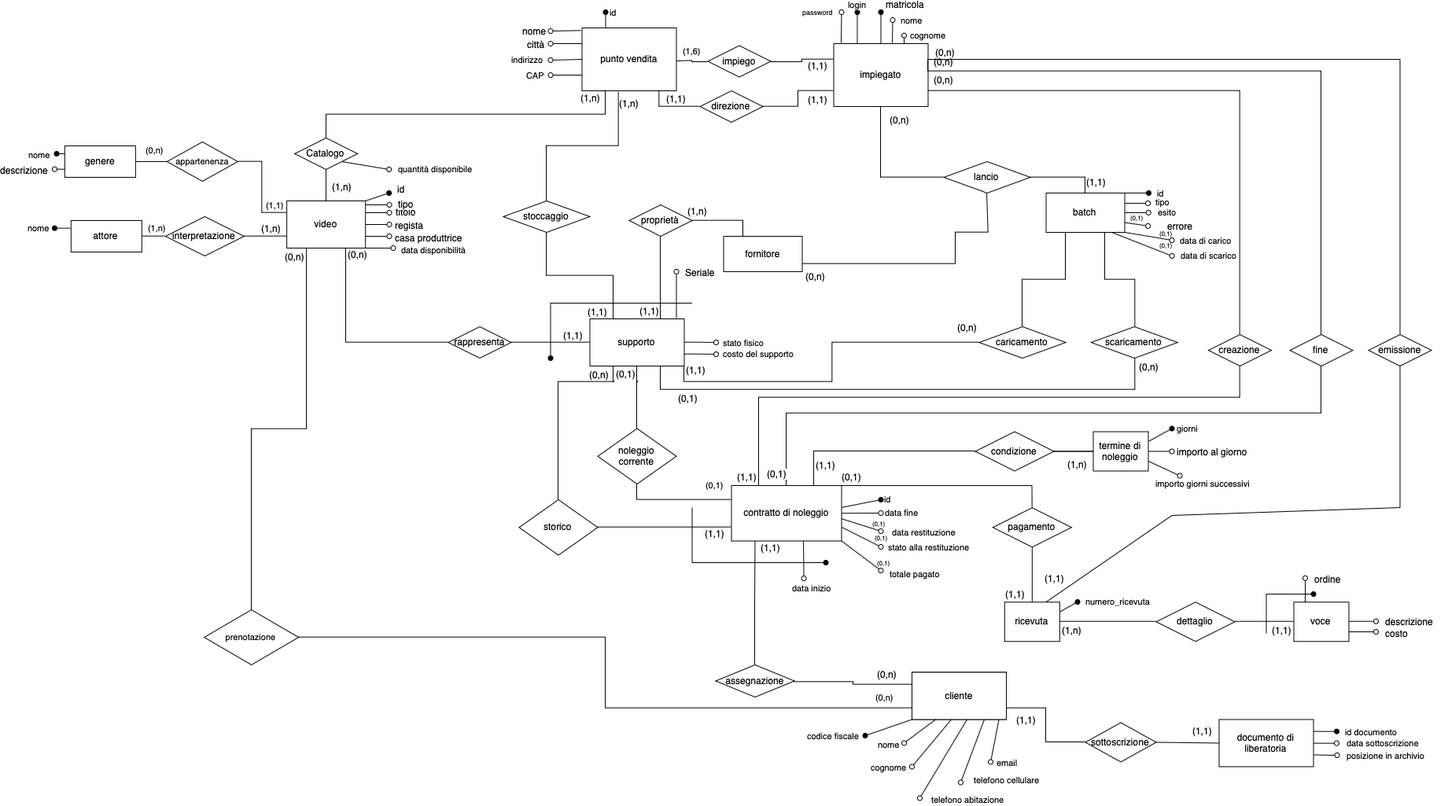
Before: docs/Progettazione_logica.png, a diagram exported from draw.io (marcoromag/bd-noleggio). Source tidied: cells renumbered, new cells last; positions are measured from the earlier drawing's top-left corner, leaving out a move shared by most shapes.
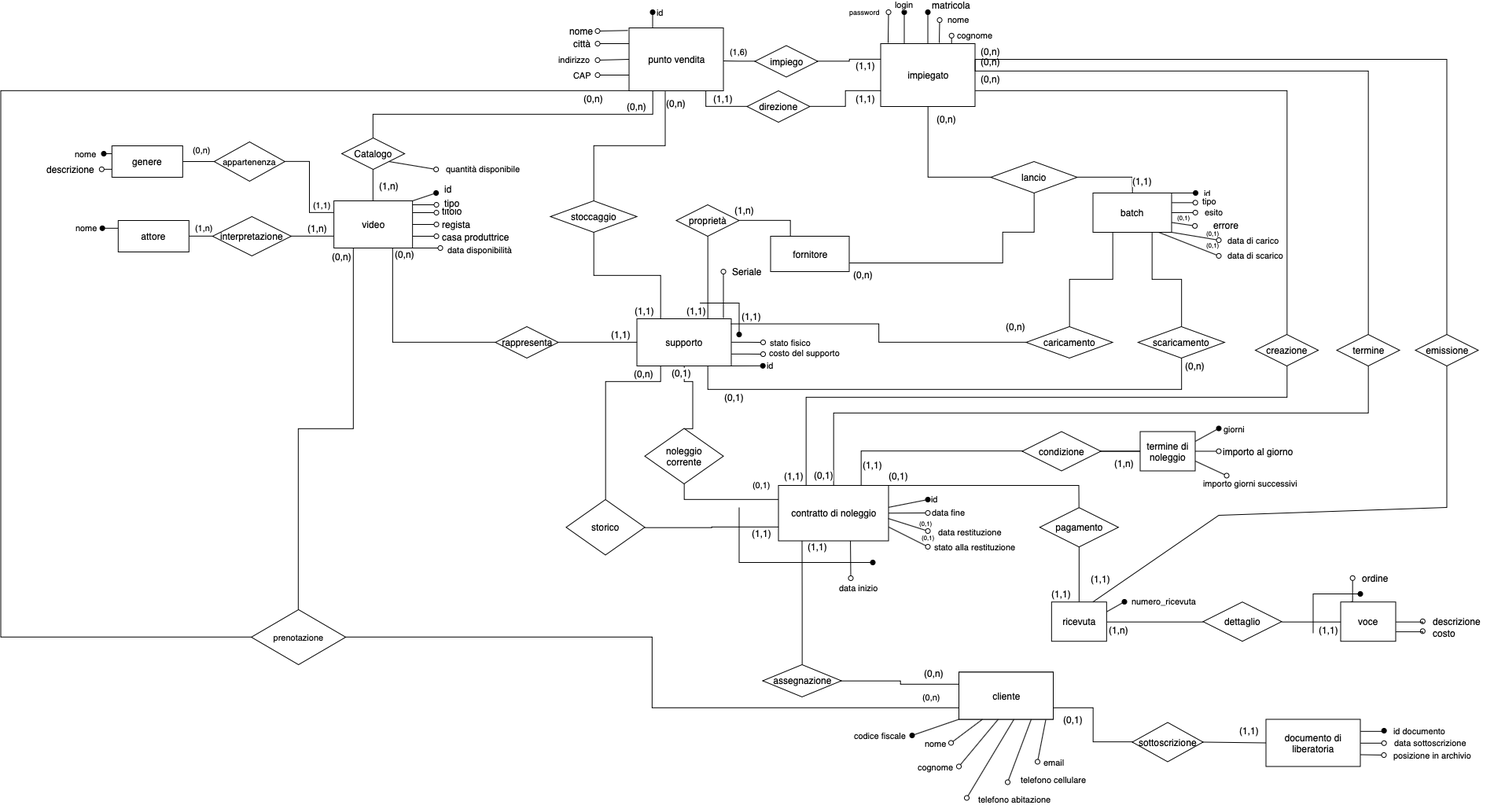
Above is the later version.

Change to the diagram source:
```diff
@@ -5,9 +5,9 @@
     <mxCell id="2" style="edgeStyle=orthogonalEdgeStyle;rounded=0;jettySize=auto;html=1;entryX=0.5;entryY=0;entryDx=0;entryDy=0;startArrow=none;startFill=0;endArrow=none;endFill=0;exitX=0.25;exitY=1;exitDx=0;exitDy=0;" parent="1" edge="1" source="7" target="20">
       <mxGeometry relative="1" as="geometry" />
     </mxCell>
-    <mxCell id="3" value="(1,n)" style="text;html=1;align=center;verticalAlign=middle;labelBackgroundColor=#ffffff;" parent="2" vertex="1">
+    <mxCell id="3" value="(0,n)" style="text;html=1;align=center;verticalAlign=middle;labelBackgroundColor=#ffffff;" parent="2" vertex="1">
       <mxGeometry x="0.05" relative="1" as="geometry">
-        <mxPoint x="168.7" y="-21.7" as="offset" />
+        <mxPoint x="169" y="-9.8" as="offset" />
       </mxGeometry>
     </mxCell>
     <mxCell id="4" style="edgeStyle=orthogonalEdgeStyle;rounded=0;jettySize=auto;html=1;entryX=0;entryY=0.5;entryDx=0;entryDy=0;startArrow=none;startFill=0;endArrow=none;endFill=0;exitX=0.814;exitY=0.996;exitDx=0;exitDy=0;exitPerimeter=0;" parent="1" edge="1" source="7" target="35">
@@ -164,9 +164,8 @@
       <mxGeometry x="830" y="42.5" width="80" height="40" as="geometry" />
     </mxCell>
     <mxCell id="39" value="(1,6)" style="endArrow=none;html=1;entryX=0;entryY=0.5;entryDx=0;entryDy=0;edgeStyle=orthogonalEdgeStyle;rounded=0;" parent="1" edge="1" target="38">
-      <mxGeometry x="-0.02" y="12" relative="1" as="geometry">
+      <mxGeometry y="12" relative="1" as="geometry">
         <mxPoint x="790" y="62" as="sourcePoint" />
-        <mxPoint x="-12" y="-12" as="offset" />
       </mxGeometry>
     </mxCell>
     <mxCell id="40" style="edgeStyle=orthogonalEdgeStyle;rounded=0;jettySize=auto;html=1;exitX=1;exitY=0.5;exitDx=0;exitDy=0;startArrow=none;startFill=0;endArrow=oval;endFill=0;" parent="1" edge="1" source="49">
@@ -221,6 +220,12 @@
         <mxPoint x="19.5" y="-13" as="offset" />
       </mxGeometry>
     </mxCell>
+    <mxCell id="214" value="id" style="rounded=0;jettySize=auto;html=1;exitX=1;exitY=1;exitDx=0;exitDy=0;endArrow=oval;endFill=1;" parent="1" edge="1" source="49">
+      <mxGeometry x="1" y="-10" relative="1" as="geometry">
+        <mxPoint x="840.2" y="449.8" as="targetPoint" />
+        <mxPoint x="10" y="-10" as="offset" />
+      </mxGeometry>
+    </mxCell>
     <mxCell id="49" value="supporto" style="rounded=0;whiteSpace=wrap;html=1;" parent="1" vertex="1">
       <mxGeometry x="680" y="390" width="120" height="60" as="geometry" />
     </mxCell>
@@ -332,21 +337,6 @@
         <mxPoint x="19.2" y="-3" as="offset" />
       </mxGeometry>
     </mxCell>
-    <mxCell id="75" style="rounded=0;jettySize=auto;html=1;startArrow=none;startFill=0;endArrow=oval;endFill=0;exitX=1;exitY=1;exitDx=0;exitDy=0;" parent="1" edge="1" source="80">
-      <mxGeometry relative="1" as="geometry">
-        <mxPoint x="1050" y="710" as="targetPoint" />
-      </mxGeometry>
-    </mxCell>
-    <mxCell id="76" value="&lt;font style=&quot;font-size: 11px&quot;&gt;totale pagato&lt;/font&gt;" style="text;html=1;align=center;verticalAlign=middle;labelBackgroundColor=#ffffff;" parent="75" vertex="1">
-      <mxGeometry x="0.33" y="-1" relative="1" as="geometry">
-        <mxPoint x="59.8" y="15.1" as="offset" />
-      </mxGeometry>
-    </mxCell>
-    <mxCell id="77" value="(0,1)" style="text;html=1;align=center;verticalAlign=middle;labelBackgroundColor=#ffffff;fontSize=8;" parent="75" vertex="1">
-      <mxGeometry x="0.37" y="-1" relative="1" as="geometry">
-        <mxPoint x="18.7" as="offset" />
-      </mxGeometry>
-    </mxCell>
     <mxCell id="78" style="edgeStyle=orthogonalEdgeStyle;rounded=0;jettySize=auto;html=1;exitX=0.75;exitY=0;exitDx=0;exitDy=0;entryX=0;entryY=0.5;entryDx=0;entryDy=0;startArrow=none;startFill=0;endArrow=none;endFill=0;strokeColor=#000000;" parent="1" edge="1" source="80" target="111">
       <mxGeometry relative="1" as="geometry" />
     </mxCell>
@@ -434,7 +424,7 @@
     <mxCell id="97" style="edgeStyle=orthogonalEdgeStyle;rounded=0;jettySize=auto;html=1;exitX=0.5;exitY=0;exitDx=0;exitDy=0;entryX=0.383;entryY=1.008;entryDx=0;entryDy=0;entryPerimeter=0;startArrow=none;startFill=0;endArrow=none;endFill=0;" parent="1" edge="1" source="103" target="7">
       <mxGeometry relative="1" as="geometry" />
     </mxCell>
-    <mxCell id="98" value="(1,n)" style="text;html=1;align=center;verticalAlign=middle;labelBackgroundColor=#ffffff;" parent="97" vertex="1">
+    <mxCell id="98" value="(0,n)" style="text;html=1;align=center;verticalAlign=middle;labelBackgroundColor=#ffffff;" parent="97" vertex="1">
       <mxGeometry x="-0.84" y="1" relative="1" as="geometry">
         <mxPoint x="105.5" y="-106" as="offset" />
       </mxGeometry>
@@ -604,7 +594,7 @@
     <mxCell id="132" style="endArrow=none;html=1;strokeColor=#000000;entryX=0;entryY=0.5;entryDx=0;entryDy=0;exitX=1;exitY=0.75;exitDx=0;exitDy=0;edgeStyle=orthogonalEdgeStyle;rounded=0;" parent="1" edge="1" source="113" target="131">
       <mxGeometry relative="1" as="geometry" />
     </mxCell>
-    <mxCell id="133" value="(1,1)" style="text;html=1;align=center;verticalAlign=middle;labelBackgroundColor=#ffffff;" parent="132" vertex="1">
+    <mxCell id="133" value="(0,1)" style="text;html=1;align=center;verticalAlign=middle;labelBackgroundColor=#ffffff;" parent="132" vertex="1">
       <mxGeometry x="-0.57" y="1" relative="1" as="geometry">
         <mxPoint x="-5.5" y="15.9" as="offset" />
       </mxGeometry>
@@ -690,10 +680,10 @@
     </mxCell>
     <mxCell id="151" style="endArrow=oval;html=1;rounded=0;endFill=1;" parent="1" edge="1">
       <mxGeometry relative="1" as="geometry">
-        <mxPoint x="810" y="370" as="sourcePoint" />
-        <mxPoint x="630" y="440" as="targetPoint" />
+        <mxPoint x="760" y="370" as="sourcePoint" />
+        <mxPoint x="810" y="410" as="targetPoint" />
         <Array as="points">
-          <mxPoint x="630" y="370" />
+          <mxPoint x="810" y="370" />
         </Array>
       </mxGeometry>
     </mxCell>
@@ -723,6 +713,19 @@
         <mxPoint x="-14.2" y="-8" as="offset" />
       </mxGeometry>
     </mxCell>
+    <mxCell id="215" style="edgeStyle=orthogonalEdgeStyle;rounded=0;jettySize=auto;html=1;entryX=0;entryY=1;entryDx=0;entryDy=0;endArrow=none;endFill=0;" parent="1" edge="1" source="158" target="7">
+      <mxGeometry relative="1" as="geometry">
+        <Array as="points">
+          <mxPoint x="-129" y="795" />
+          <mxPoint x="-129" y="100" />
+        </Array>
+      </mxGeometry>
+    </mxCell>
+    <mxCell id="216" value="(0,n)" style="text;html=1;align=center;verticalAlign=middle;labelBackgroundColor=#ffffff;" parent="215" vertex="1">
+      <mxGeometry x="0.95" relative="1" as="geometry">
+        <mxPoint x="-2.1" y="10.2" as="offset" />
+      </mxGeometry>
+    </mxCell>
     <mxCell id="158" value="prenotazione" style="rhombus;whiteSpace=wrap;html=1;fontSize=11;" parent="1" vertex="1">
       <mxGeometry x="189.6" y="760" width="120" height="70" as="geometry" />
     </mxCell>
@@ -756,7 +759,7 @@
     <mxCell id="165" style="edgeStyle=orthogonalEdgeStyle;rounded=0;jettySize=auto;html=1;entryX=0.5;entryY=0;entryDx=0;entryDy=0;endArrow=none;endFill=0;exitX=0.75;exitY=1;exitDx=0;exitDy=0;" parent="1" edge="1" source="163" target="173">
       <mxGeometry relative="1" as="geometry" />
     </mxCell>
-    <mxCell id="166" style="edgeStyle=orthogonalEdgeStyle;rounded=0;jettySize=auto;html=1;exitX=0;exitY=0.5;exitDx=0;exitDy=0;endArrow=none;endFill=0;entryX=1;entryY=1;entryDx=0;entryDy=0;" parent="1" edge="1" source="169" target="49">
+    <mxCell id="166" style="edgeStyle=orthogonalEdgeStyle;rounded=0;jettySize=auto;html=1;exitX=0;exitY=0.5;exitDx=0;exitDy=0;endArrow=none;endFill=0;entryX=0.994;entryY=0.108;entryDx=0;entryDy=0;entryPerimeter=0;" parent="1" edge="1" source="169" target="49">
       <mxGeometry relative="1" as="geometry" />
     </mxCell>
     <mxCell id="167" value="(1,1)" style="text;html=1;align=center;verticalAlign=middle;labelBackgroundColor=#ffffff;" parent="166" vertex="1">
@@ -828,7 +831,7 @@
         <mxPoint x="-11.5" as="offset" />
       </mxGeometry>
     </mxCell>
-    <mxCell id="182" value="fine" style="rhombus;whiteSpace=wrap;html=1;" parent="1" vertex="1">
+    <mxCell id="182" value="termine" style="rhombus;whiteSpace=wrap;html=1;" parent="1" vertex="1">
       <mxGeometry x="1570" y="410" width="80" height="40" as="geometry" />
     </mxCell>
     <mxCell id="183" value="numero_ricevuta" style="edgeStyle=none;rounded=0;jettySize=auto;html=1;exitX=1;exitY=0.25;exitDx=0;exitDy=0;startArrow=none;startFill=0;endArrow=oval;endFill=1;" parent="1" edge="1" source="188">
```
